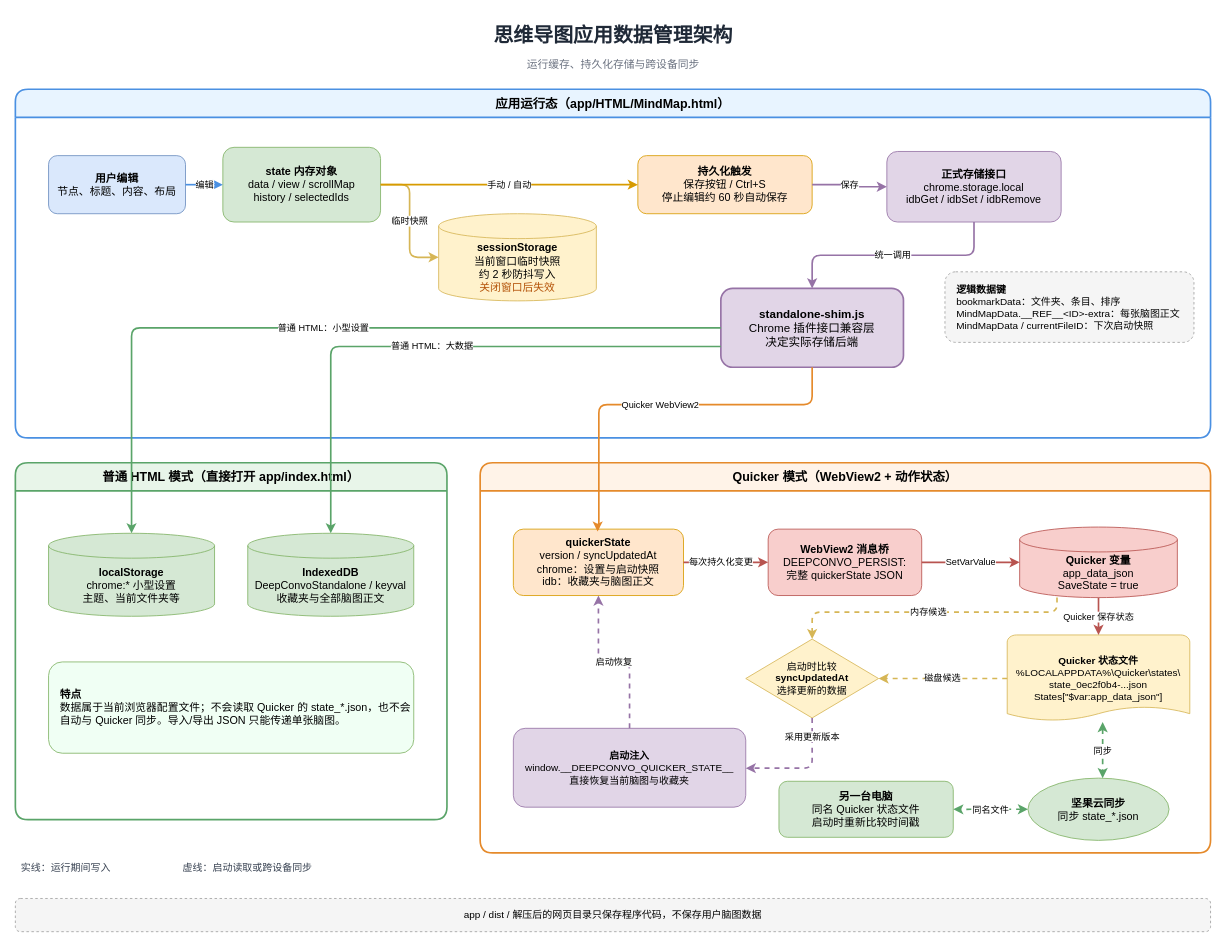
Before: docs/数据架构.drawio in Zevxn/BranchMark, a draw.io diagram. Source tidied: cells renumbered, new cells numbered last; positions are measured from the earlier drawing's top-left corner, leaving out a move shared by most shapes. Both pictures are drawn from the tidied source at 83%, with x=0, y=0 at pixel (15, 14).
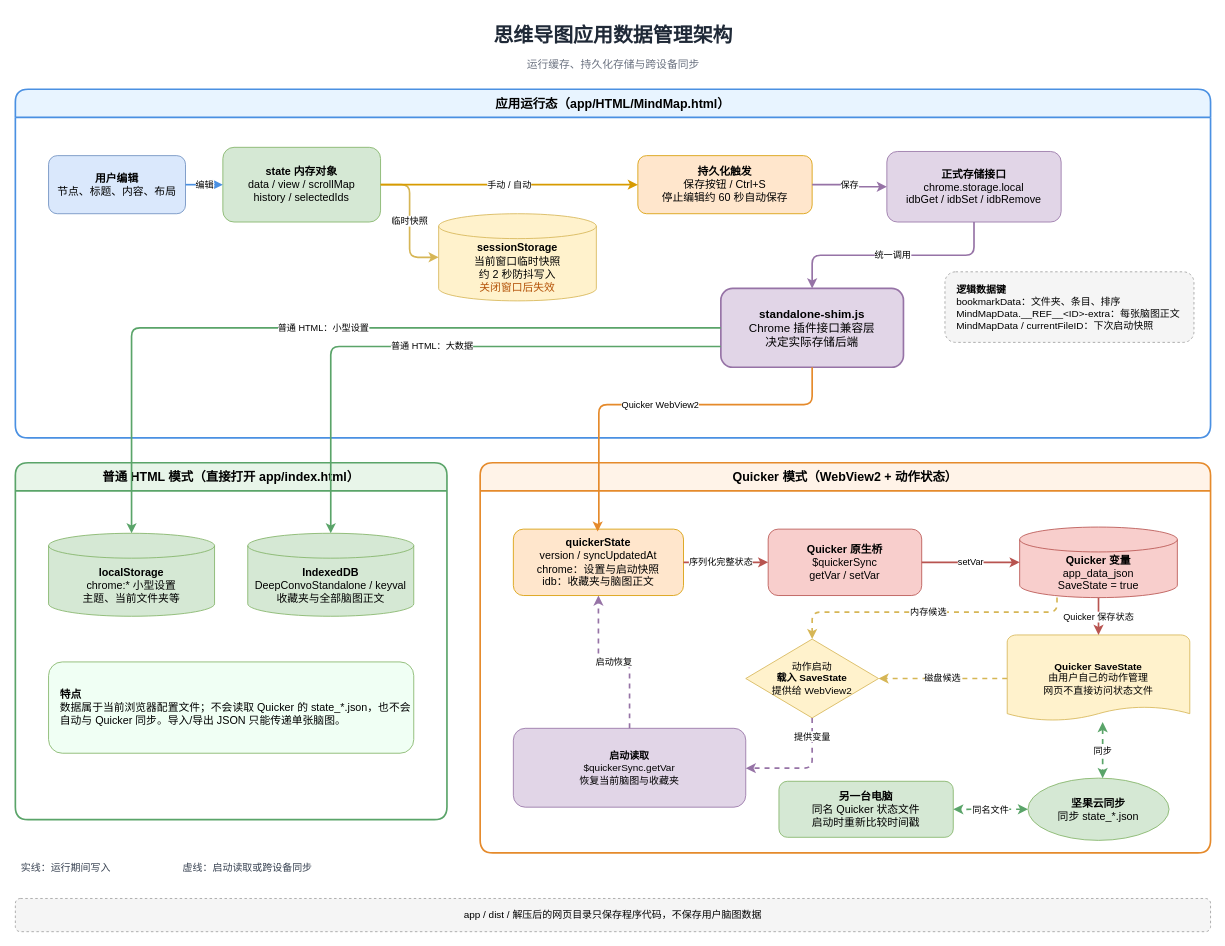
After the change.

The change refers to these unchanged cells:
```xml
<mxCell id="21" value="Quicker 模式（WebView2 + 动作状态）" style="swimlane;startSize=34;rounded=1;horizontal=1;whiteSpace=wrap;html=1;fontStyle=1;fontSize=15;fillColor=#FFF3E8;strokeColor=#E58A2B;strokeWidth=2;" parent="1" vertex="1">
  <mxGeometry x="560" y="540" width="880" height="470" as="geometry" />
</mxCell>
<mxCell id="22" value="&lt;b&gt;quickerState&lt;/b&gt;&lt;br&gt;version / syncUpdatedAt&lt;br&gt;chrome：设置与启动快照&lt;br&gt;idb：收藏夹与脑图正文" style="rounded=1;whiteSpace=wrap;html=1;align=center;verticalAlign=middle;fillColor=#FFE6CC;strokeColor=#D79B00;fontSize=13;" parent="21" vertex="1">
  <mxGeometry x="40" y="80" width="205" height="80" as="geometry" />
</mxCell>
<mxCell id="24" value="&lt;b&gt;Quicker 变量&lt;/b&gt;&lt;br&gt;app_data_json&lt;br&gt;SaveState = true" style="shape=cylinder3;boundedLbl=1;backgroundOutline=1;whiteSpace=wrap;html=1;align=center;verticalAlign=middle;fillColor=#F8CECC;strokeColor=#B85450;fontSize=13;" parent="21" vertex="1">
  <mxGeometry x="650" y="77.5" width="190" height="85" as="geometry" />
</mxCell>
```

Diff of the diagram source:
```diff
@@
-    <mxCell id="23" value="&lt;b&gt;WebView2 消息桥&lt;/b&gt;&lt;br&gt;DEEPCONVO_PERSIST:&lt;br&gt;完整 quickerState JSON" style="rounded=1;whiteSpace=wrap;html=1;align=center;verticalAlign=middle;fillColor=#F8CECC;strokeColor=#B85450;fontSize=13;" parent="21" vertex="1">
+    <mxCell id="23" value="&lt;b&gt;Quicker 原生桥&lt;/b&gt;&lt;br&gt;$quickerSync&lt;br&gt;getVar / setVar" style="rounded=1;whiteSpace=wrap;html=1;align=center;verticalAlign=middle;fillColor=#F8CECC;strokeColor=#B85450;fontSize=13;" parent="21" vertex="1">
       <mxGeometry x="347" y="80" width="185" height="80" as="geometry" />
     </mxCell>
@@
-    <mxCell id="25" value="&lt;b&gt;Quicker 状态文件&lt;/b&gt;&lt;br&gt;%LOCALAPPDATA%\Quicker\states\&lt;br&gt;state_0ec2f0b4-...json&lt;br&gt;States[&amp;quot;$var:app_data_json&amp;quot;]" style="shape=mxgraph.flowchart.document;whiteSpace=wrap;html=1;align=center;verticalAlign=middle;fillColor=#FFF2CC;strokeColor=#D6B656;fontSize=12;" parent="21" vertex="1">
+    <mxCell id="25" value="&lt;b&gt;Quicker SaveState&lt;/b&gt;&lt;br&gt;由用户自己的动作管理&lt;br&gt;网页不直接访问状态文件" style="shape=mxgraph.flowchart.document;whiteSpace=wrap;html=1;align=center;verticalAlign=middle;fillColor=#FFF2CC;strokeColor=#D6B656;fontSize=12;" parent="21" vertex="1">
       <mxGeometry x="635" y="207.5" width="220" height="105" as="geometry" />
     </mxCell>
-    <mxCell id="26" value="启动时比较&lt;br&gt;&lt;b&gt;syncUpdatedAt&lt;/b&gt;&lt;br&gt;选择更新的数据" style="rhombus;whiteSpace=wrap;html=1;align=center;verticalAlign=middle;fillColor=#FFF2CC;strokeColor=#D6B656;fontSize=12;" parent="21" vertex="1">
+    <mxCell id="26" value="动作启动&lt;br&gt;&lt;b&gt;载入 SaveState&lt;/b&gt;&lt;br&gt;提供给 WebView2" style="rhombus;whiteSpace=wrap;html=1;align=center;verticalAlign=middle;fillColor=#FFF2CC;strokeColor=#D6B656;fontSize=12;" parent="21" vertex="1">
       <mxGeometry x="320" y="212.5" width="160" height="95" as="geometry" />
     </mxCell>
-    <mxCell id="27" value="&lt;b&gt;启动注入&lt;/b&gt;&lt;br&gt;window.__DEEPCONVO_QUICKER_STATE__&lt;br&gt;直接恢复当前脑图与收藏夹" style="rounded=1;whiteSpace=wrap;html=1;align=center;verticalAlign=middle;fillColor=#E1D5E7;strokeColor=#9673A6;fontSize=12;" parent="21" vertex="1">
+    <mxCell id="27" value="&lt;b&gt;启动读取&lt;/b&gt;&lt;br&gt;$quickerSync.getVar&lt;br&gt;恢复当前脑图与收藏夹" style="rounded=1;whiteSpace=wrap;html=1;align=center;verticalAlign=middle;fillColor=#E1D5E7;strokeColor=#9673A6;fontSize=12;" parent="21" vertex="1">
       <mxGeometry x="40" y="320" width="280" height="95" as="geometry" />
     </mxCell>
@@
-    <mxCell id="29" value="每次持久化变更" style="edgeStyle=orthogonalEdgeStyle;rounded=1;html=1;endArrow=classic;strokeColor=#B85450;strokeWidth=2;fontSize=11;" parent="21" edge="1" source="22" target="23">
+    <mxCell id="29" value="序列化完整状态" style="edgeStyle=orthogonalEdgeStyle;rounded=1;html=1;endArrow=classic;strokeColor=#B85450;strokeWidth=2;fontSize=11;" parent="21" edge="1" source="22" target="23">
       <mxGeometry x="-0.12" relative="1" as="geometry" />
     </mxCell>
-    <mxCell id="30" value="SetVarValue" style="edgeStyle=orthogonalEdgeStyle;rounded=1;html=1;endArrow=classic;strokeColor=#B85450;strokeWidth=2;fontSize=11;" parent="21" edge="1" source="23" target="24">
+    <mxCell id="30" value="setVar" style="edgeStyle=orthogonalEdgeStyle;rounded=1;html=1;endArrow=classic;strokeColor=#B85450;strokeWidth=2;fontSize=11;" parent="21" edge="1" source="23" target="24">
       <mxGeometry relative="1" as="geometry" />
     </mxCell>
@@
-    <mxCell id="34" value="采用更新版本" style="edgeStyle=orthogonalEdgeStyle;rounded=1;html=1;endArrow=classic;dashed=1;strokeColor=#9673A6;strokeWidth=2;fontSize=11;" parent="21" edge="1" source="26" target="27">
+    <mxCell id="34" value="提供变量" style="edgeStyle=orthogonalEdgeStyle;rounded=1;html=1;endArrow=classic;dashed=1;strokeColor=#9673A6;strokeWidth=2;fontSize=11;" parent="21" edge="1" source="26" target="27">
       <mxGeometry x="-0.68" relative="1" as="geometry">
         <Array as="points">
           <mxPoint x="400" y="368" />
         </Array>
       </mxGeometry>
     </mxCell>
```
